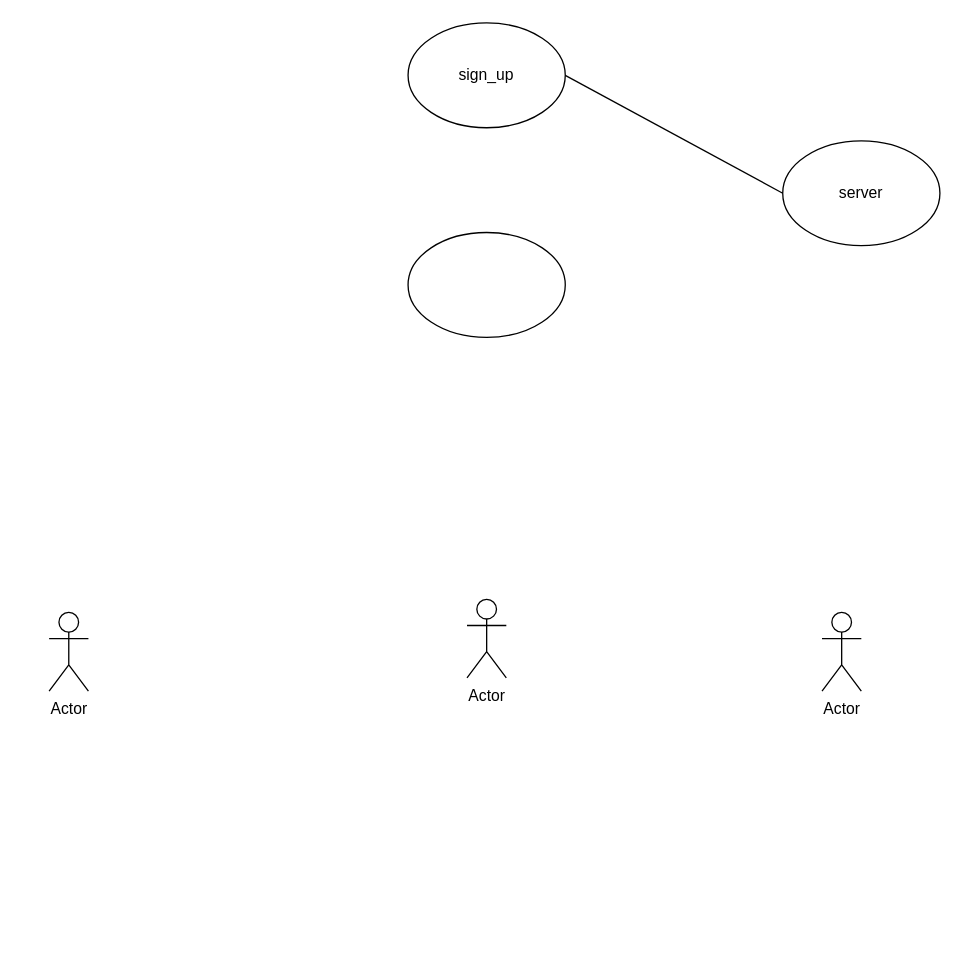
Above: Диаграмма без названия.drawio in qw1nsx/tp (draw.io), before the change. Source tidied: cells renumbered, new cells numbered last; positions are measured from the earlier drawing's top-left corner, leaving out a move shared by most shapes. Both pictures are drawn from the tidied source at 131%, with x=0, y=0 at pixel (48, 22).
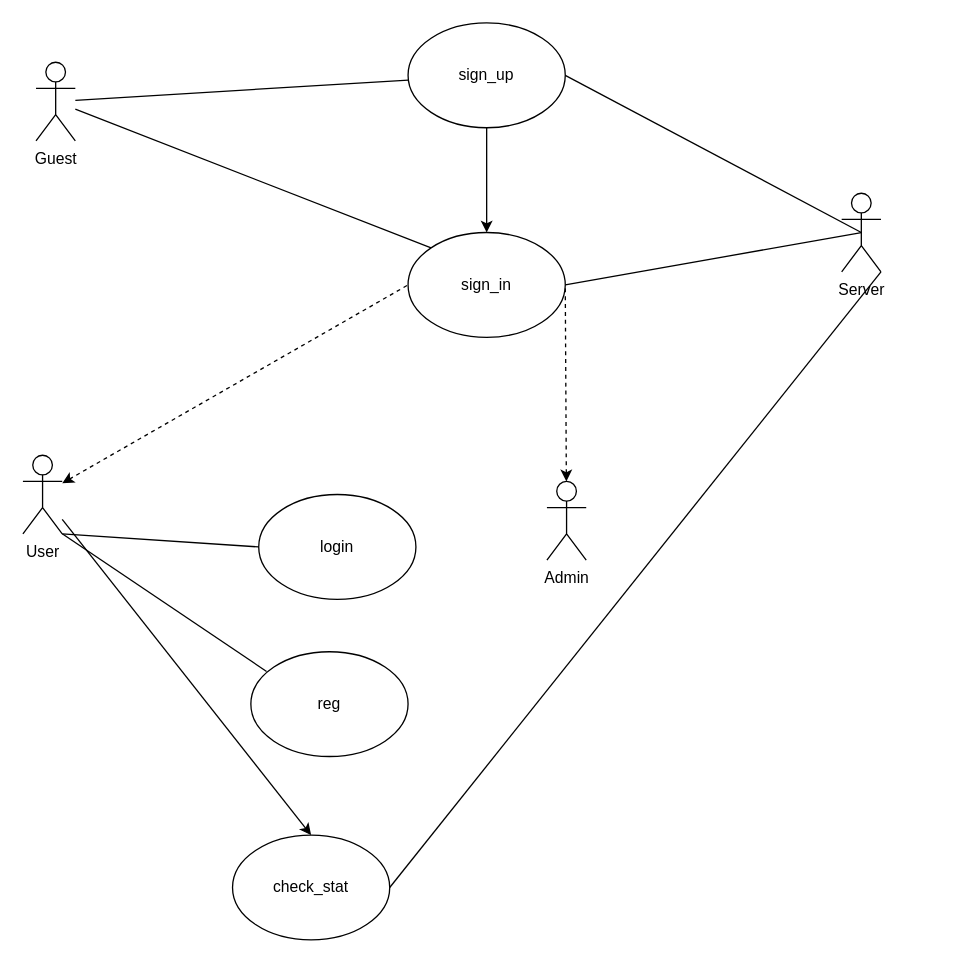
The same page after the edit.

The change refers to these unchanged cells:
```xml
<mxCell id="5" value="sign_up" style="ellipse;whiteSpace=wrap;html=1;" parent="1" vertex="1">
  <mxGeometry x="274" width="120" height="80" as="geometry" />
</mxCell>
```

Diff of the diagram source:
```diff
@@
+    <mxCell id="9" style="rounded=0;jettySize=auto;html=1;entryX=0;entryY=0.5;entryDx=0;entryDy=0;endArrow=none;endFill=0;dashed=1;startArrow=classic;startFill=1;" parent="1" edge="1" source="2" target="6">
+      <mxGeometry relative="1" as="geometry" />
+    </mxCell>
-    <mxCell id="2" value="Actor" style="shape=umlActor;verticalLabelPosition=bottom;verticalAlign=top;html=1;outlineConnect=0;" parent="1" vertex="1">
-      <mxGeometry x="319" y="440" width="30" height="60" as="geometry" />
+    <mxCell id="2" value="User" style="shape=umlActor;verticalLabelPosition=bottom;verticalAlign=top;html=1;outlineConnect=0;" parent="1" vertex="1">
+      <mxGeometry x="-20" y="330" width="30" height="60" as="geometry" />
     </mxCell>
+    <mxCell id="10" style="rounded=0;jettySize=auto;html=1;endArrow=none;endFill=0;" parent="1" edge="1" source="3" target="5">
+      <mxGeometry relative="1" as="geometry" />
+    </mxCell>
-    <mxCell id="3" value="Actor" style="shape=umlActor;verticalLabelPosition=bottom;verticalAlign=top;html=1;outlineConnect=0;" parent="1" vertex="1">
-      <mxGeometry y="450" width="30" height="60" as="geometry" />
+    <mxCell id="3" value="Guest" style="shape=umlActor;verticalLabelPosition=bottom;verticalAlign=top;html=1;outlineConnect=0;" parent="1" vertex="1">
+      <mxGeometry x="-10" y="30" width="30" height="60" as="geometry" />
     </mxCell>
-    <mxCell id="4" value="Actor" style="shape=umlActor;verticalLabelPosition=bottom;verticalAlign=top;html=1;outlineConnect=0;" parent="1" vertex="1">
-      <mxGeometry x="590" y="450" width="30" height="60" as="geometry" />
+    <mxCell id="4" value="Admin" style="shape=umlActor;verticalLabelPosition=bottom;verticalAlign=top;html=1;outlineConnect=0;" parent="1" vertex="1">
+      <mxGeometry x="380" y="350" width="30" height="60" as="geometry" />
     </mxCell>
@@
-    <mxCell id="6" style="ellipse;whiteSpace=wrap;html=1;" parent="1" vertex="1">
+    <mxCell id="6" value="sign_in" style="ellipse;whiteSpace=wrap;html=1;" parent="1" vertex="1">
       <mxGeometry x="274" y="160" width="120" height="80" as="geometry" />
     </mxCell>
-    <mxCell id="7" value="server" style="ellipse;whiteSpace=wrap;html=1;" parent="1" vertex="1">
-      <mxGeometry x="560" y="90" width="120" height="80" as="geometry" />
-    </mxCell>
-    <mxCell id="8" style="endArrow=none;html=1;rounded=0;entryX=0;entryY=0.5;entryDx=0;entryDy=0;exitX=1;exitY=0.5;exitDx=0;exitDy=0;" parent="1" edge="1" source="5" target="7">
+    <mxCell id="8" style="endArrow=none;html=1;rounded=0;exitX=1;exitY=0.5;exitDx=0;exitDy=0;entryX=0.5;entryY=0.5;entryDx=0;entryDy=0;entryPerimeter=0;" parent="1" edge="1" source="5" target="21">
       <mxGeometry relative="1" as="geometry" />
     </mxCell>
+    <mxCell id="11" style="endArrow=classic;html=1;rounded=0;exitX=0.5;exitY=1;exitDx=0;exitDy=0;entryX=0.5;entryY=0;entryDx=0;entryDy=0;endFill=1;" parent="1" edge="1" source="5" target="6">
+      <mxGeometry relative="1" as="geometry" />
+    </mxCell>
+    <mxCell id="12" style="endArrow=none;html=1;rounded=0;exitX=0;exitY=0;exitDx=0;exitDy=0;" parent="1" edge="1" source="6" target="3">
+      <mxGeometry relative="1" as="geometry" />
+    </mxCell>
+    <mxCell id="13" style="endArrow=none;html=1;rounded=0;exitX=0.5;exitY=0.5;exitDx=0;exitDy=0;entryX=1;entryY=0.5;entryDx=0;entryDy=0;exitPerimeter=0;" parent="1" edge="1" source="21" target="6">
+      <mxGeometry relative="1" as="geometry" />
+    </mxCell>
+    <mxCell id="14" style="endArrow=none;dashed=1;html=1;rounded=0;entryX=1;entryY=0.5;entryDx=0;entryDy=0;startArrow=classic;startFill=1;" parent="1" edge="1" source="4" target="6">
+      <mxGeometry relative="1" as="geometry" />
+    </mxCell>
+    <mxCell id="15" value="reg" style="ellipse;whiteSpace=wrap;html=1;" parent="1" vertex="1">
+      <mxGeometry x="154" y="480" width="120" height="80" as="geometry" />
+    </mxCell>
+    <mxCell id="16" value="check_stat" style="ellipse;whiteSpace=wrap;html=1;" parent="1" vertex="1">
+      <mxGeometry x="140" y="620" width="120" height="80" as="geometry" />
+    </mxCell>
+    <mxCell id="17" value="login" style="ellipse;whiteSpace=wrap;html=1;" parent="1" vertex="1">
+      <mxGeometry x="160" y="360" width="120" height="80" as="geometry" />
+    </mxCell>
+    <mxCell id="18" style="endArrow=classic;html=1;rounded=0;entryX=0.5;entryY=0;entryDx=0;entryDy=0;" parent="1" edge="1" source="2" target="16">
+      <mxGeometry relative="1" as="geometry" />
+    </mxCell>
+    <mxCell id="19" style="endArrow=none;html=1;rounded=0;exitX=1;exitY=1;exitDx=0;exitDy=0;exitPerimeter=0;entryX=0;entryY=0.5;entryDx=0;entryDy=0;endFill=0;" parent="1" edge="1" source="2" target="17">
+      <mxGeometry relative="1" as="geometry" />
+    </mxCell>
+    <mxCell id="20" style="endArrow=none;html=1;rounded=0;entryX=0.1;entryY=0.188;entryDx=0;entryDy=0;entryPerimeter=0;" parent="1" edge="1" target="15">
+      <mxGeometry relative="1" as="geometry">
+        <mxPoint x="10" y="390" as="sourcePoint" />
+      </mxGeometry>
+    </mxCell>
+    <mxCell id="21" value="Server" style="shape=umlActor;verticalLabelPosition=bottom;verticalAlign=top;html=1;outlineConnect=0;" parent="1" vertex="1">
+      <mxGeometry x="605" y="130" width="30" height="60" as="geometry" />
+    </mxCell>
+    <mxCell id="22" style="endArrow=none;html=1;rounded=0;exitX=1;exitY=0.5;exitDx=0;exitDy=0;entryX=1;entryY=1;entryDx=0;entryDy=0;entryPerimeter=0;" parent="1" edge="1" source="16" target="21">
+      <mxGeometry relative="1" as="geometry" />
+    </mxCell>
```
